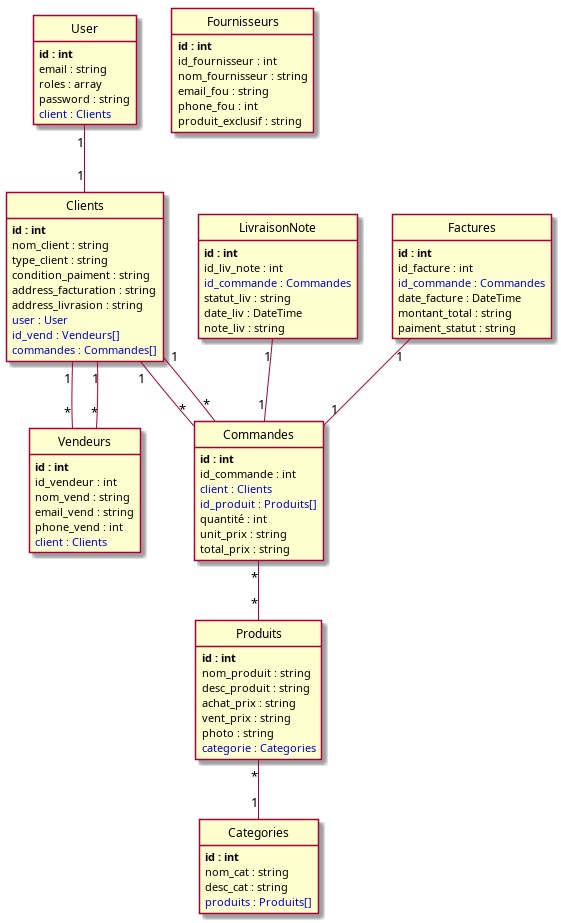
NasiraNaiby/sf_green_village_v2 keeps this PlantUML diagram as puml/index.png. Above is the earlier version. Its source is kept beside it as puml/index.puml.
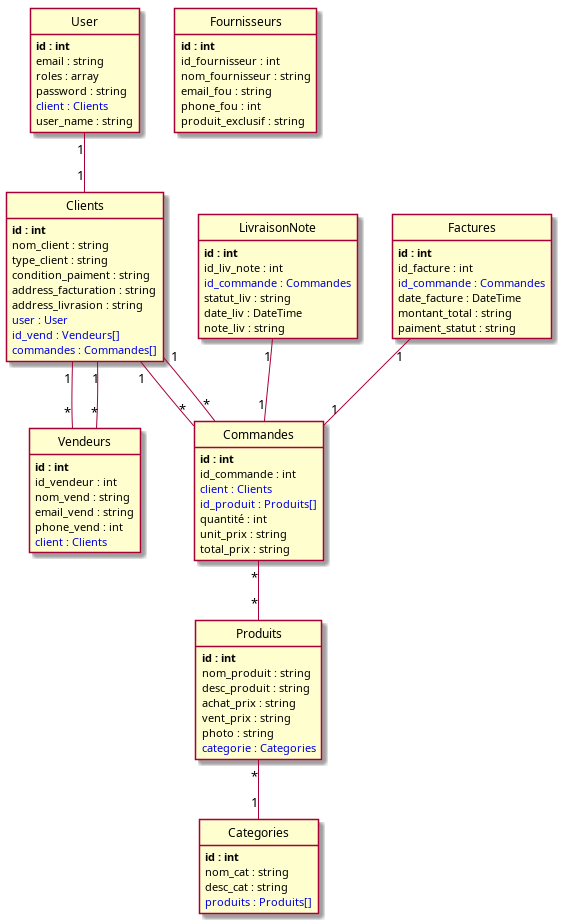
Above is the later version.

Commit message:
client name removed from client table , username added to the user table

What changed in the source:
```diff
@@ -5,6 +5,7 @@
 	roles : array
 	password : string
 	<color:#0000dd>client : Clients</color>
+	user_name : string
 }
 
 class Vendeurs {
```
